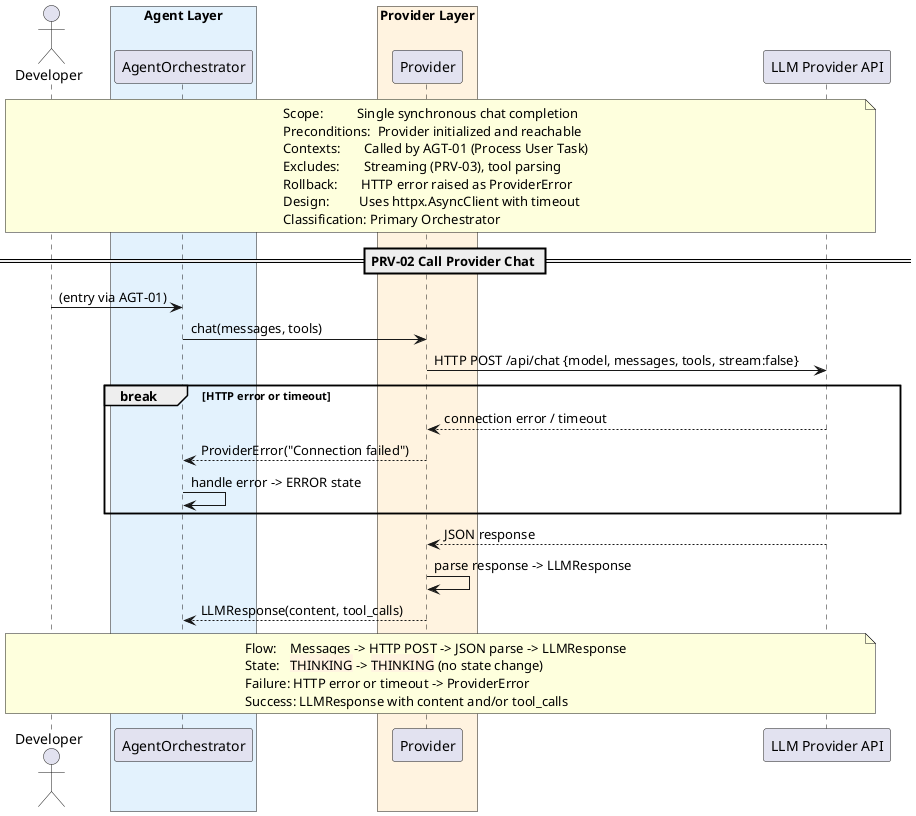
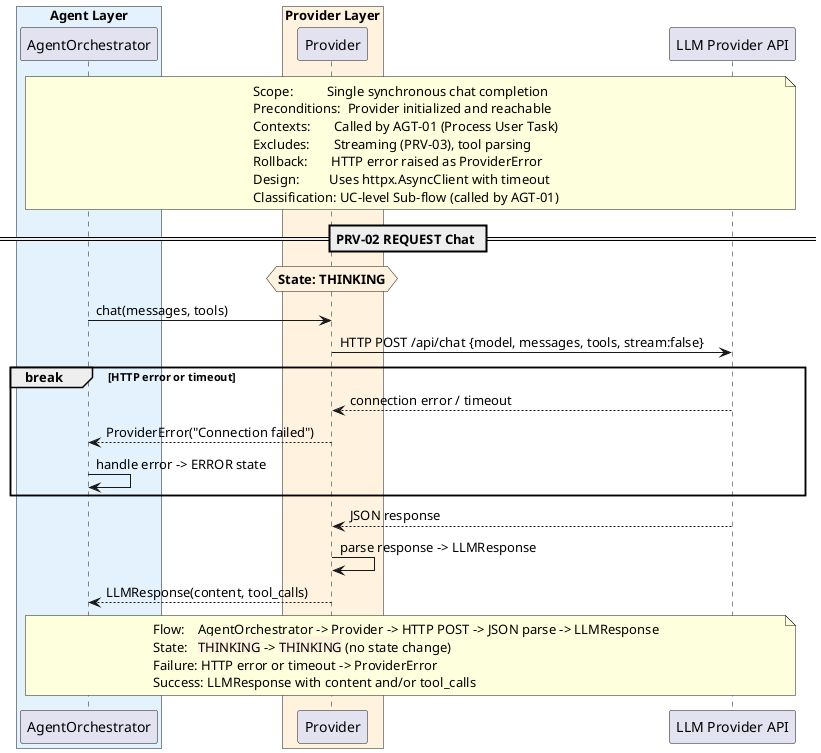
@startuml sq_prv02_request_chat
' ============================================================
' Title:     PRV-02 — Request Chat
' Boundary:  nasim code agent CLI
' Purpose:   Synchronous LLM chat completion via provider abstraction
' Milestone: v1.0
' Version:   2.0.0
' Source:    docs/UC/README.md
' Review:    —
' ============================================================

- actor "Developer" as user
- 
box "Agent Layer" #E3F2FD
  participant "AgentOrchestrator" as agent
end box
box "Provider Layer" #FFF3E0
  participant "Provider" as provider
end box
participant "LLM Provider API" as api

- note over user, api
+ note over agent, api
  Scope:          Single synchronous chat completion
  Preconditions:  Provider initialized and reachable
  Contexts:       Called by AGT-01 (Process User Task)
  Excludes:       Streaming (PRV-03), tool parsing
  Rollback:       HTTP error raised as ProviderError
  Design:         Uses httpx.AsyncClient with timeout
-   Classification: Primary Orchestrator
+   Classification: UC-level Sub-flow (called by AGT-01)
end note

- == PRV-02 Call Provider Chat ==
+ == PRV-02 REQUEST Chat ==

- user -> agent : (entry via AGT-01)
+ hnote over provider #FFF3E0 : **State: THINKING**
+ 
agent -> provider : chat(messages, tools)
provider -> api : HTTP POST /api/chat {model, messages, tools, stream:false}

break HTTP error or timeout
    api --> provider : connection error / timeout
    provider --> agent : ProviderError("Connection failed")
    agent -> agent : handle error -> ERROR state
end

api --> provider : JSON response
provider -> provider : parse response -> LLMResponse
provider --> agent : LLMResponse(content, tool_calls)

- note over user, api
-   Flow:    Messages -> HTTP POST -> JSON parse -> LLMResponse
+ note over agent, api
+   Flow:    AgentOrchestrator -> Provider -> HTTP POST -> JSON parse -> LLMResponse
  State:   <back:#FFF3E0>THINKING</back> -> <back:#FFF3E0>THINKING</back> (no state change)
  Failure: HTTP error or timeout -> ProviderError
  Success: LLMResponse with content and/or tool_calls
end note

@enduml
